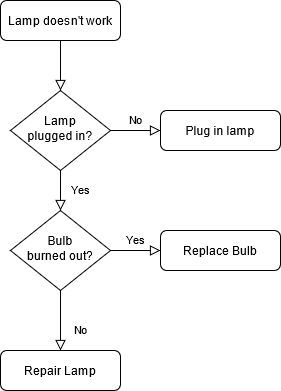
Earlier version of the draw.io export images/未命名绘图.png (wemanclh/image-repo). Source tidied: cells renumbered, new cells last; positions are measured from the earlier drawing's top-left corner, leaving out a move shared by most shapes.
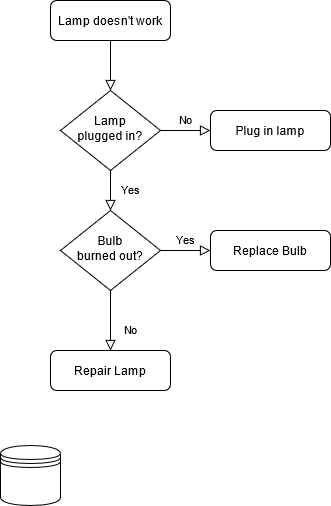
After the change.

What changed in the source:
```diff
@@ -35,5 +35,8 @@
     <mxCell id="12" value="Replace Bulb" style="rounded=1;whiteSpace=wrap;html=1;fontSize=12;glass=0;strokeWidth=1;shadow=0;" parent="1" vertex="1">
       <mxGeometry x="160" y="230" width="120" height="40" as="geometry" />
     </mxCell>
+    <mxCell id="13" style="shape=datastore;whiteSpace=wrap;html=1;" parent="1" vertex="1">
+      <mxGeometry x="-50" y="445" width="60" height="60" as="geometry" />
+    </mxCell>
   </root>
 </mxGraphModel>
```
